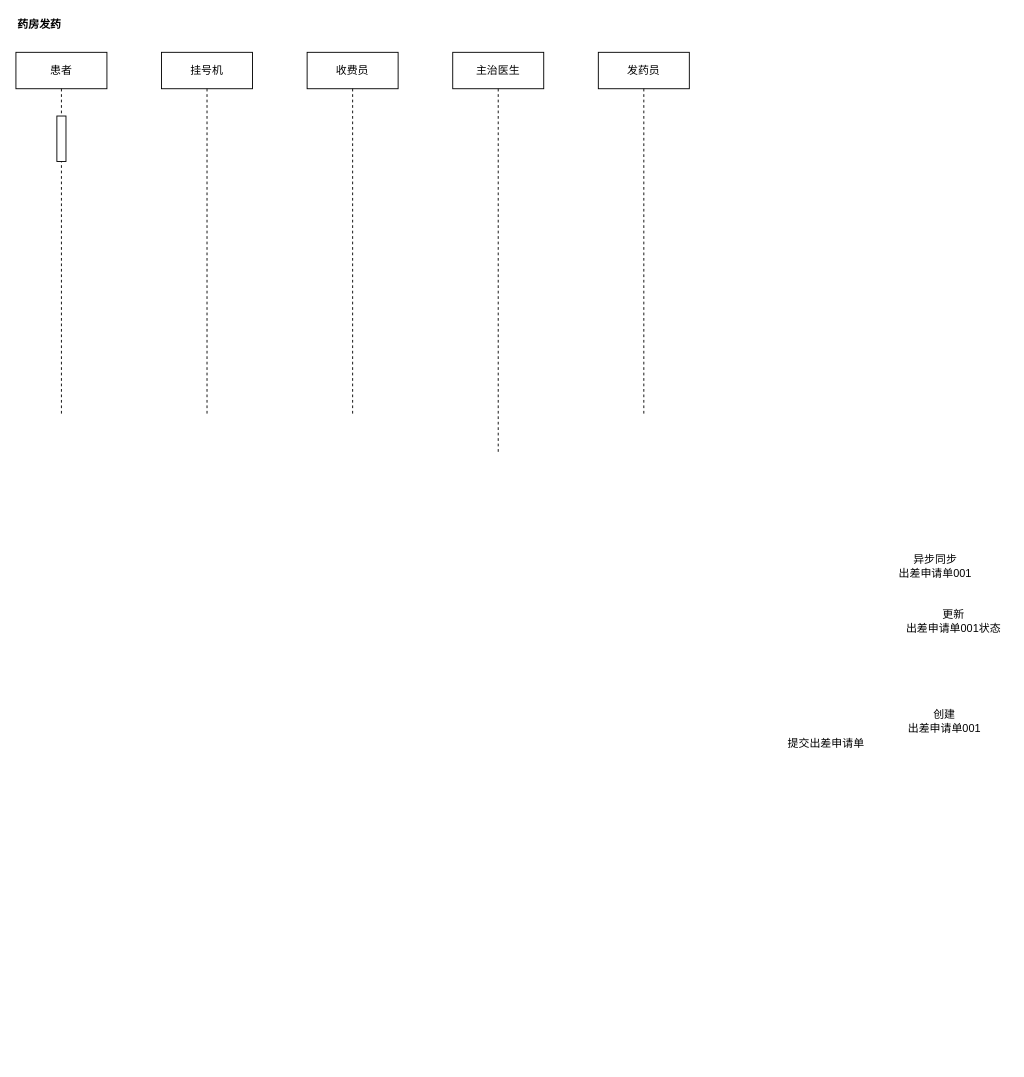
Before: page "药房发药" (1 of 2) of src/work/past/hongkang/pharmacy/stockout.drawio in ab-doc/draw.io, a draw.io diagram. Source tidied: cells renumbered, new cells numbered last; positions are measured from the earlier drawing's top-left corner, leaving out a move shared by most shapes. Both pictures are drawn from the tidied source at 91%, with x=0, y=0 at pixel (15, 15).
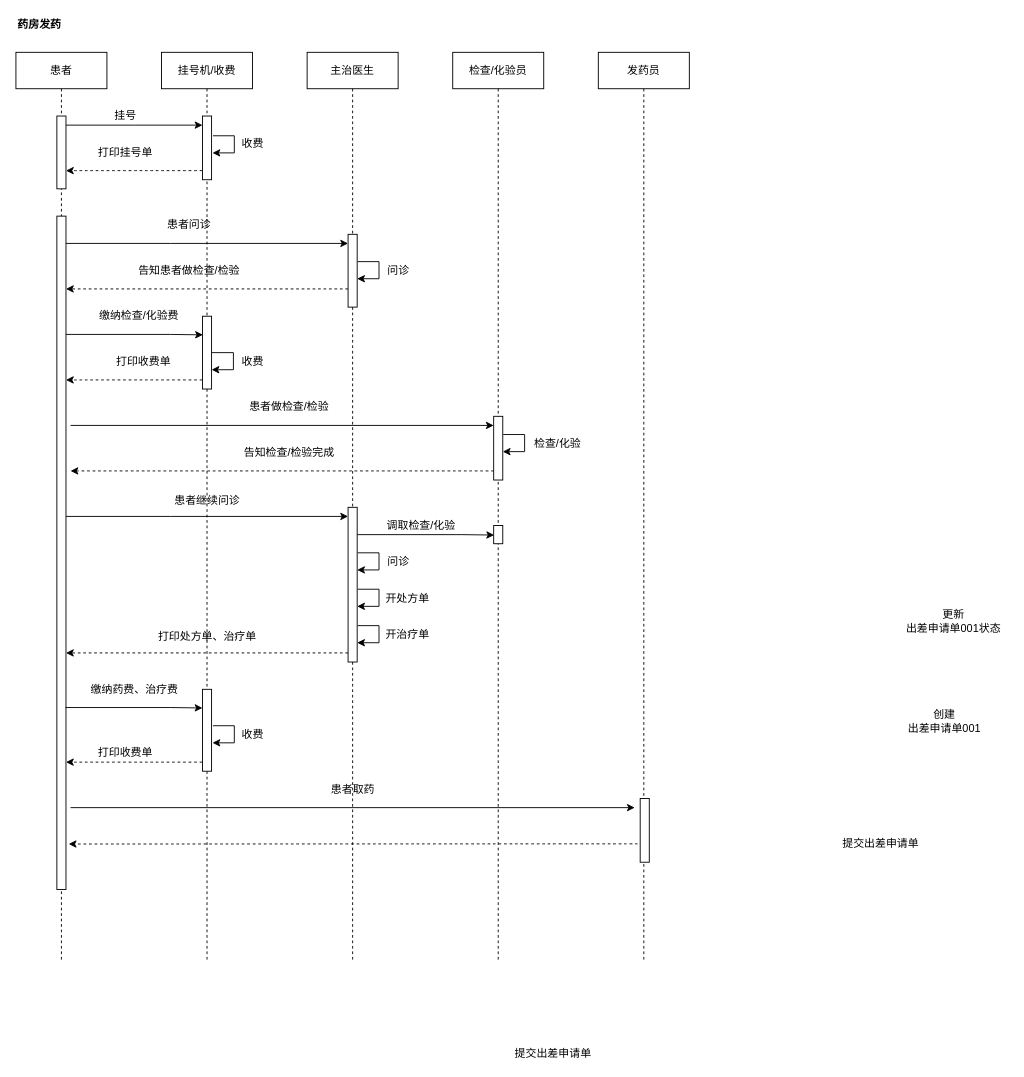
The same page after the edit.

The edit, as a diff of the source:
```diff
@@
     <mxCell id="3" value="发药员" style="shape=umlLifeline;perimeter=lifelinePerimeter;whiteSpace=wrap;html=1;" parent="1" vertex="1">
-      <mxGeometry x="640" y="40" width="100" height="400" as="geometry" />
+      <mxGeometry x="640" y="40" width="100" height="1000" as="geometry" />
     </mxCell>
-    <mxCell id="4" value="主治医生" style="shape=umlLifeline;perimeter=lifelinePerimeter;whiteSpace=wrap;html=1;" parent="1" vertex="1">
-      <mxGeometry x="480" y="40" width="100" height="440" as="geometry" />
+    <mxCell id="4" value="检查/化验员" style="shape=umlLifeline;perimeter=lifelinePerimeter;whiteSpace=wrap;html=1;" parent="1" vertex="1">
+      <mxGeometry x="480" y="40" width="100" height="1000" as="geometry" />
     </mxCell>
+    <mxCell id="13" style="html=1;perimeter=orthogonalPerimeter;" parent="4" vertex="1">
+      <mxGeometry x="45" y="400" width="10" height="70" as="geometry" />
+    </mxCell>
+    <mxCell id="14" style="html=1;perimeter=orthogonalPerimeter;" parent="4" vertex="1">
+      <mxGeometry x="45" y="520" width="10" height="20" as="geometry" />
+    </mxCell>
     <mxCell id="5" value="提交出差申请单" style="text;html=1;align=center;verticalAlign=middle;" parent="1" vertex="1">
-      <mxGeometry x="840" y="790" width="100" height="20" as="geometry" />
+      <mxGeometry x="900" y="900" width="100" height="20" as="geometry" />
     </mxCell>
     <mxCell id="6" value="患者" style="shape=umlLifeline;perimeter=lifelinePerimeter;whiteSpace=wrap;html=1;" parent="1" vertex="1">
-      <mxGeometry y="40" width="100" height="400" as="geometry" />
+      <mxGeometry y="40" width="100" height="1000" as="geometry" />
     </mxCell>
     <mxCell id="7" style="html=1;points=[];perimeter=orthogonalPerimeter;" parent="6" vertex="1">
-      <mxGeometry x="45" y="70" width="10" height="50" as="geometry" />
+      <mxGeometry x="45" y="70" width="10" height="80" as="geometry" />
     </mxCell>
+    <mxCell id="15" style="html=1;points=[];perimeter=orthogonalPerimeter;" parent="6" vertex="1">
+      <mxGeometry x="45" y="180" width="10" height="740" as="geometry" />
+    </mxCell>
@@
-    <mxCell id="9" value="异步同步&lt;br&gt;出差申请单001" style="text;html=1;align=center;verticalAlign=middle;" parent="1" vertex="1">
-      <mxGeometry x="960" y="590" width="100" height="30" as="geometry" />
+    <mxCell id="9" value="挂号" style="text;html=1;align=center;verticalAlign=middle;" parent="1" vertex="1">
+      <mxGeometry x="100" y="100" width="40" height="20" as="geometry" />
     </mxCell>
-    <mxCell id="10" value="收费员" style="shape=umlLifeline;perimeter=lifelinePerimeter;whiteSpace=wrap;html=1;" parent="1" vertex="1">
-      <mxGeometry x="320" y="40" width="100" height="400" as="geometry" />
+    <mxCell id="10" value="主治医生" style="shape=umlLifeline;perimeter=lifelinePerimeter;whiteSpace=wrap;html=1;" parent="1" vertex="1">
+      <mxGeometry x="320" y="40" width="100" height="1000" as="geometry" />
     </mxCell>
@@
-    <mxCell id="12" value="挂号机" style="shape=umlLifeline;perimeter=lifelinePerimeter;whiteSpace=wrap;html=1;" parent="1" vertex="1">
-      <mxGeometry x="160" y="40" width="100" height="400" as="geometry" />
+    <mxCell id="12" value="挂号机/收费" style="shape=umlLifeline;perimeter=lifelinePerimeter;whiteSpace=wrap;html=1;" parent="1" vertex="1">
+      <mxGeometry x="160" y="40" width="100" height="1000" as="geometry" />
     </mxCell>
+    <mxCell id="16" value="打印处方单、治疗单" style="text;html=1;align=center;verticalAlign=middle;" parent="12" vertex="1">
+      <mxGeometry x="-10" y="632" width="120" height="20" as="geometry" />
+    </mxCell>
+    <mxCell id="17" style="html=1;perimeter=orthogonalPerimeter;" parent="12" vertex="1">
+      <mxGeometry x="45" y="700" width="10" height="90" as="geometry" />
+    </mxCell>
+    <mxCell id="18" style="edgeStyle=orthogonalEdgeStyle;orthogonalLoop=1;jettySize=auto;html=1;exitX=1.15;exitY=0.31;exitDx=0;exitDy=0;exitPerimeter=0;entryX=1.1;entryY=0.579;entryDx=0;entryDy=0;entryPerimeter=0;rounded=0;" parent="1" edge="1" source="20" target="20">
+      <mxGeometry relative="1" as="geometry">
+        <Array as="points">
+          <mxPoint x="240" y="132" />
+          <mxPoint x="240" y="151" />
+          <mxPoint x="216" y="151" />
+        </Array>
+      </mxGeometry>
+    </mxCell>
+    <mxCell id="19" style="jettySize=auto;html=1;curved=1;dashed=1;" parent="1" edge="1" source="20" target="7">
+      <mxGeometry relative="1" as="geometry">
+        <Array as="points">
+          <mxPoint x="130" y="170" />
+        </Array>
+      </mxGeometry>
+    </mxCell>
+    <mxCell id="20" style="html=1;points=[];perimeter=orthogonalPerimeter;" parent="1" vertex="1">
+      <mxGeometry x="205" y="110" width="10" height="70" as="geometry" />
+    </mxCell>
+    <mxCell id="21" style="edgeStyle=orthogonalEdgeStyle;rounded=0;jettySize=auto;html=1;" parent="1" edge="1" source="7" target="20">
+      <mxGeometry relative="1" as="geometry">
+        <Array as="points">
+          <mxPoint x="130" y="120" />
+          <mxPoint x="130" y="120" />
+        </Array>
+      </mxGeometry>
+    </mxCell>
+    <mxCell id="22" value="打印挂号单" style="text;html=1;align=center;verticalAlign=middle;" parent="1" vertex="1">
+      <mxGeometry x="80" y="140" width="80" height="20" as="geometry" />
+    </mxCell>
+    <mxCell id="23" style="edgeStyle=orthogonalEdgeStyle;rounded=0;jettySize=auto;html=1;strokeColor=#000000;dashed=1;" parent="1" edge="1" source="24" target="15">
+      <mxGeometry relative="1" as="geometry">
+        <Array as="points">
+          <mxPoint x="290" y="300" />
+          <mxPoint x="290" y="300" />
+        </Array>
+      </mxGeometry>
+    </mxCell>
+    <mxCell id="24" style="html=1;points=[];perimeter=orthogonalPerimeter;" parent="1" vertex="1">
+      <mxGeometry x="365" y="240" width="10" height="80" as="geometry" />
+    </mxCell>
+    <mxCell id="25" style="edgeStyle=orthogonalEdgeStyle;rounded=0;jettySize=auto;html=1;strokeColor=#000000;" parent="1" edge="1" source="15" target="24">
+      <mxGeometry relative="1" as="geometry">
+        <Array as="points">
+          <mxPoint x="170" y="250" />
+          <mxPoint x="170" y="250" />
+        </Array>
+      </mxGeometry>
+    </mxCell>
+    <mxCell id="26" value="患者问诊" style="text;html=1;align=center;verticalAlign=middle;" parent="1" vertex="1">
+      <mxGeometry x="160" y="220" width="60" height="20" as="geometry" />
+    </mxCell>
+    <mxCell id="27" value="提交出差申请单" style="text;html=1;align=center;verticalAlign=middle;" parent="1" vertex="1">
+      <mxGeometry x="540" y="1130" width="100" height="20" as="geometry" />
+    </mxCell>
+    <mxCell id="28" value="告知患者做检查/检验" style="text;html=1;align=center;verticalAlign=middle;" parent="1" vertex="1">
+      <mxGeometry x="125" y="270" width="130" height="20" as="geometry" />
+    </mxCell>
+    <mxCell id="29" value="缴纳检查/化验费" style="text;html=1;align=center;verticalAlign=middle;" parent="1" vertex="1">
+      <mxGeometry x="85" y="320" width="100" height="20" as="geometry" />
+    </mxCell>
+    <mxCell id="30" style="html=1;points=[];perimeter=orthogonalPerimeter;" parent="1" vertex="1">
+      <mxGeometry x="205" y="330" width="10" height="80" as="geometry" />
+    </mxCell>
+    <mxCell id="31" style="edgeStyle=orthogonalEdgeStyle;rounded=0;jettySize=auto;html=1;strokeColor=#000000;entryX=0.05;entryY=0.256;entryDx=0;entryDy=0;entryPerimeter=0;" parent="1" edge="1" target="30">
+      <mxGeometry relative="1" as="geometry">
+        <mxPoint x="55" y="350" as="sourcePoint" />
+        <Array as="points">
+          <mxPoint x="170" y="350" />
+        </Array>
+      </mxGeometry>
+    </mxCell>
+    <mxCell id="32" value="打印收费单" style="text;html=1;align=center;verticalAlign=middle;" parent="1" vertex="1">
+      <mxGeometry x="100" y="370" width="80" height="20" as="geometry" />
+    </mxCell>
+    <mxCell id="33" value="收费" style="text;html=1;align=center;verticalAlign=middle;" parent="1" vertex="1">
+      <mxGeometry x="240" y="130" width="40" height="20" as="geometry" />
+    </mxCell>
+    <mxCell id="34" style="orthogonalLoop=1;jettySize=auto;html=1;curved=1;dashed=1;" parent="1" edge="1">
+      <mxGeometry relative="1" as="geometry">
+        <mxPoint x="205" y="400" as="sourcePoint" />
+        <mxPoint x="55" y="400" as="targetPoint" />
+        <Array as="points">
+          <mxPoint x="130" y="400" />
+        </Array>
+      </mxGeometry>
+    </mxCell>
+    <mxCell id="35" style="rounded=0;orthogonalLoop=1;jettySize=auto;html=1;strokeColor=#000000;" parent="1" edge="1">
+      <mxGeometry relative="1" as="geometry">
+        <mxPoint x="60" y="450" as="sourcePoint" />
+        <mxPoint x="525" y="450" as="targetPoint" />
+      </mxGeometry>
+    </mxCell>
+    <mxCell id="36" style="edgeStyle=orthogonalEdgeStyle;orthogonalLoop=1;jettySize=auto;html=1;exitX=1.15;exitY=0.31;exitDx=0;exitDy=0;exitPerimeter=0;entryX=1.1;entryY=0.579;entryDx=0;entryDy=0;entryPerimeter=0;rounded=0;" parent="1" edge="1">
+      <mxGeometry relative="1" as="geometry">
+        <mxPoint x="215.5" y="370" as="sourcePoint" />
+        <mxPoint x="215" y="388.8" as="targetPoint" />
+        <Array as="points">
+          <mxPoint x="239" y="370.3" />
+          <mxPoint x="239" y="389.3" />
+          <mxPoint x="215" y="389.3" />
+        </Array>
+      </mxGeometry>
+    </mxCell>
+    <mxCell id="37" value="收费" style="text;html=1;align=center;verticalAlign=middle;" parent="1" vertex="1">
+      <mxGeometry x="240" y="370" width="40" height="20" as="geometry" />
+    </mxCell>
+    <mxCell id="38" value="患者做检查/检验" style="text;html=1;align=center;verticalAlign=middle;" parent="1" vertex="1">
+      <mxGeometry x="250" y="420" width="100" height="20" as="geometry" />
+    </mxCell>
+    <mxCell id="39" style="edgeStyle=orthogonalEdgeStyle;orthogonalLoop=1;jettySize=auto;html=1;exitX=1.15;exitY=0.31;exitDx=0;exitDy=0;exitPerimeter=0;entryX=1.1;entryY=0.579;entryDx=0;entryDy=0;entryPerimeter=0;rounded=0;" parent="1" edge="1">
+      <mxGeometry relative="1" as="geometry">
+        <mxPoint x="535.5" y="460" as="sourcePoint" />
+        <mxPoint x="535" y="478.8" as="targetPoint" />
+        <Array as="points">
+          <mxPoint x="559" y="460.3" />
+          <mxPoint x="559" y="479.3" />
+          <mxPoint x="535" y="479.3" />
+        </Array>
+      </mxGeometry>
+    </mxCell>
+    <mxCell id="40" value="检查/化验" style="text;html=1;align=center;verticalAlign=middle;" parent="1" vertex="1">
+      <mxGeometry x="560" y="460" width="70" height="20" as="geometry" />
+    </mxCell>
+    <mxCell id="41" style="orthogonalLoop=1;jettySize=auto;html=1;curved=1;dashed=1;" parent="1" edge="1">
+      <mxGeometry relative="1" as="geometry">
+        <mxPoint x="525" y="500" as="sourcePoint" />
+        <mxPoint x="60" y="500" as="targetPoint" />
+        <Array as="points">
+          <mxPoint x="450" y="500" />
+        </Array>
+      </mxGeometry>
+    </mxCell>
+    <mxCell id="42" value="告知检查/检验完成" style="text;html=1;align=center;verticalAlign=middle;" parent="1" vertex="1">
+      <mxGeometry x="245" y="470" width="110" height="20" as="geometry" />
+    </mxCell>
+    <mxCell id="43" style="html=1;perimeter=orthogonalPerimeter;" parent="1" vertex="1">
+      <mxGeometry x="365" y="540" width="10" height="170" as="geometry" />
+    </mxCell>
+    <mxCell id="44" style="edgeStyle=orthogonalEdgeStyle;rounded=0;orthogonalLoop=1;jettySize=auto;html=1;strokeColor=#000000;" parent="1" edge="1">
+      <mxGeometry relative="1" as="geometry">
+        <mxPoint x="55" y="550" as="sourcePoint" />
+        <mxPoint x="365" y="550" as="targetPoint" />
+        <Array as="points">
+          <mxPoint x="170" y="550" />
+          <mxPoint x="170" y="550" />
+        </Array>
+      </mxGeometry>
+    </mxCell>
+    <mxCell id="45" value="患者继续问诊" style="text;html=1;align=center;verticalAlign=middle;" parent="1" vertex="1">
+      <mxGeometry x="165" y="523" width="90" height="20" as="geometry" />
+    </mxCell>
+    <mxCell id="46" style="edgeStyle=orthogonalEdgeStyle;orthogonalLoop=1;jettySize=auto;html=1;exitX=1.15;exitY=0.31;exitDx=0;exitDy=0;exitPerimeter=0;entryX=1.1;entryY=0.579;entryDx=0;entryDy=0;entryPerimeter=0;rounded=0;" parent="1" edge="1">
+      <mxGeometry relative="1" as="geometry">
+        <mxPoint x="375.5" y="270" as="sourcePoint" />
+        <mxPoint x="375" y="288.8" as="targetPoint" />
+        <Array as="points">
+          <mxPoint x="399" y="270.3" />
+          <mxPoint x="399" y="289.3" />
+          <mxPoint x="375" y="289.3" />
+        </Array>
+      </mxGeometry>
+    </mxCell>
+    <mxCell id="47" value="问诊" style="text;html=1;align=center;verticalAlign=middle;" parent="1" vertex="1">
+      <mxGeometry x="400" y="270" width="40" height="20" as="geometry" />
+    </mxCell>
+    <mxCell id="48" style="edgeStyle=orthogonalEdgeStyle;orthogonalLoop=1;jettySize=auto;html=1;exitX=1.15;exitY=0.31;exitDx=0;exitDy=0;exitPerimeter=0;entryX=1.1;entryY=0.579;entryDx=0;entryDy=0;entryPerimeter=0;rounded=0;" parent="1" edge="1">
+      <mxGeometry relative="1" as="geometry">
+        <mxPoint x="375.5" y="590" as="sourcePoint" />
+        <mxPoint x="375" y="608.8" as="targetPoint" />
+        <Array as="points">
+          <mxPoint x="399" y="590.3" />
+          <mxPoint x="399" y="609.3" />
+          <mxPoint x="375" y="609.3" />
+        </Array>
+      </mxGeometry>
+    </mxCell>
+    <mxCell id="49" value="问诊" style="text;html=1;align=center;verticalAlign=middle;" parent="1" vertex="1">
+      <mxGeometry x="400" y="590" width="40" height="20" as="geometry" />
+    </mxCell>
+    <mxCell id="50" style="edgeStyle=orthogonalEdgeStyle;orthogonalLoop=1;jettySize=auto;html=1;exitX=1.15;exitY=0.31;exitDx=0;exitDy=0;exitPerimeter=0;entryX=1.1;entryY=0.579;entryDx=0;entryDy=0;entryPerimeter=0;rounded=0;" parent="1" edge="1">
+      <mxGeometry relative="1" as="geometry">
+        <mxPoint x="375.5" y="630" as="sourcePoint" />
+        <mxPoint x="375" y="648.8" as="targetPoint" />
+        <Array as="points">
+          <mxPoint x="399" y="630.3" />
+          <mxPoint x="399" y="649.3" />
+          <mxPoint x="375" y="649.3" />
+        </Array>
+      </mxGeometry>
+    </mxCell>
+    <mxCell id="51" value="开处方单" style="text;html=1;align=center;verticalAlign=middle;" parent="1" vertex="1">
+      <mxGeometry x="400" y="630" width="60" height="20" as="geometry" />
+    </mxCell>
+    <mxCell id="52" style="edgeStyle=orthogonalEdgeStyle;orthogonalLoop=1;jettySize=auto;html=1;exitX=1.15;exitY=0.31;exitDx=0;exitDy=0;exitPerimeter=0;entryX=1.1;entryY=0.579;entryDx=0;entryDy=0;entryPerimeter=0;rounded=0;" parent="1" edge="1">
+      <mxGeometry relative="1" as="geometry">
+        <mxPoint x="375.5" y="670" as="sourcePoint" />
+        <mxPoint x="375" y="688.8" as="targetPoint" />
+        <Array as="points">
+          <mxPoint x="399" y="670.3" />
+          <mxPoint x="399" y="689.3" />
+          <mxPoint x="375" y="689.3" />
+        </Array>
+      </mxGeometry>
+    </mxCell>
+    <mxCell id="53" value="开治疗单" style="text;html=1;align=center;verticalAlign=middle;" parent="1" vertex="1">
+      <mxGeometry x="400" y="670" width="60" height="20" as="geometry" />
+    </mxCell>
+    <mxCell id="54" style="edgeStyle=orthogonalEdgeStyle;rounded=0;orthogonalLoop=1;jettySize=auto;html=1;strokeColor=#000000;dashed=1;" parent="1" edge="1">
+      <mxGeometry relative="1" as="geometry">
+        <mxPoint x="365" y="700" as="sourcePoint" />
+        <mxPoint x="55" y="700" as="targetPoint" />
+        <Array as="points">
+          <mxPoint x="290" y="700" />
+          <mxPoint x="290" y="700" />
+        </Array>
+      </mxGeometry>
+    </mxCell>
+    <mxCell id="55" style="edgeStyle=orthogonalEdgeStyle;rounded=0;orthogonalLoop=1;jettySize=auto;html=1;strokeColor=#000000;entryX=0.05;entryY=0.256;entryDx=0;entryDy=0;entryPerimeter=0;" parent="1" edge="1">
+      <mxGeometry relative="1" as="geometry">
+        <mxPoint x="54.5" y="760" as="sourcePoint" />
+        <mxPoint x="205" y="760.5" as="targetPoint" />
+        <Array as="points">
+          <mxPoint x="169.5" y="760" />
+        </Array>
+      </mxGeometry>
+    </mxCell>
+    <mxCell id="56" value="缴纳药费、治疗费" style="text;html=1;align=center;verticalAlign=middle;" parent="1" vertex="1">
+      <mxGeometry x="75" y="730" width="110" height="20" as="geometry" />
+    </mxCell>
+    <mxCell id="57" style="edgeStyle=orthogonalEdgeStyle;orthogonalLoop=1;jettySize=auto;html=1;exitX=1.15;exitY=0.31;exitDx=0;exitDy=0;exitPerimeter=0;entryX=1.1;entryY=0.579;entryDx=0;entryDy=0;entryPerimeter=0;rounded=0;" parent="1" edge="1">
+      <mxGeometry relative="1" as="geometry">
+        <mxPoint x="216.5" y="780" as="sourcePoint" />
+        <mxPoint x="216" y="798.8" as="targetPoint" />
+        <Array as="points">
+          <mxPoint x="240" y="780.3" />
+          <mxPoint x="240" y="799.3" />
+          <mxPoint x="216" y="799.3" />
+        </Array>
+      </mxGeometry>
+    </mxCell>
+    <mxCell id="58" value="收费" style="text;html=1;align=center;verticalAlign=middle;" parent="1" vertex="1">
+      <mxGeometry x="240" y="780" width="40" height="20" as="geometry" />
+    </mxCell>
+    <mxCell id="59" style="edgeStyle=orthogonalEdgeStyle;rounded=0;orthogonalLoop=1;jettySize=auto;html=1;strokeColor=#000000;entryX=0.05;entryY=0.256;entryDx=0;entryDy=0;entryPerimeter=0;" parent="1" edge="1">
+      <mxGeometry relative="1" as="geometry">
+        <mxPoint x="375" y="570" as="sourcePoint" />
+        <mxPoint x="525.5" y="570.5" as="targetPoint" />
+        <Array as="points">
+          <mxPoint x="490" y="570" />
+        </Array>
+      </mxGeometry>
+    </mxCell>
+    <mxCell id="60" value="调取检查/化验" style="text;html=1;align=center;verticalAlign=middle;" parent="1" vertex="1">
+      <mxGeometry x="400" y="550" width="90" height="20" as="geometry" />
+    </mxCell>
+    <mxCell id="61" style="orthogonalLoop=1;jettySize=auto;html=1;curved=1;dashed=1;" parent="1" edge="1">
+      <mxGeometry relative="1" as="geometry">
+        <mxPoint x="205" y="820" as="sourcePoint" />
+        <mxPoint x="55" y="820" as="targetPoint" />
+        <Array as="points">
+          <mxPoint x="130" y="820" />
+        </Array>
+      </mxGeometry>
+    </mxCell>
+    <mxCell id="62" value="打印收费单" style="text;html=1;align=center;verticalAlign=middle;" parent="1" vertex="1">
+      <mxGeometry x="80" y="800" width="80" height="20" as="geometry" />
+    </mxCell>
+    <mxCell id="63" style="html=1;perimeter=orthogonalPerimeter;" parent="1" vertex="1">
+      <mxGeometry x="686" y="860" width="10" height="70" as="geometry" />
+    </mxCell>
+    <mxCell id="64" style="rounded=0;orthogonalLoop=1;jettySize=auto;html=1;strokeColor=#000000;" parent="1" edge="1">
+      <mxGeometry relative="1" as="geometry">
+        <mxPoint x="60" y="870" as="sourcePoint" />
+        <mxPoint x="680" y="870" as="targetPoint" />
+      </mxGeometry>
+    </mxCell>
+    <mxCell id="65" value="患者取药" style="text;html=1;align=center;verticalAlign=middle;" parent="1" vertex="1">
+      <mxGeometry x="340" y="840" width="60" height="20" as="geometry" />
+    </mxCell>
+    <mxCell id="66" style="orthogonalLoop=1;jettySize=auto;html=1;curved=1;dashed=1;" parent="1" edge="1">
+      <mxGeometry relative="1" as="geometry">
+        <mxPoint x="683" y="909.8" as="sourcePoint" />
+        <mxPoint x="58" y="910" as="targetPoint" />
+        <Array as="points">
+          <mxPoint x="608" y="909.8" />
+        </Array>
+      </mxGeometry>
+    </mxCell>
```
